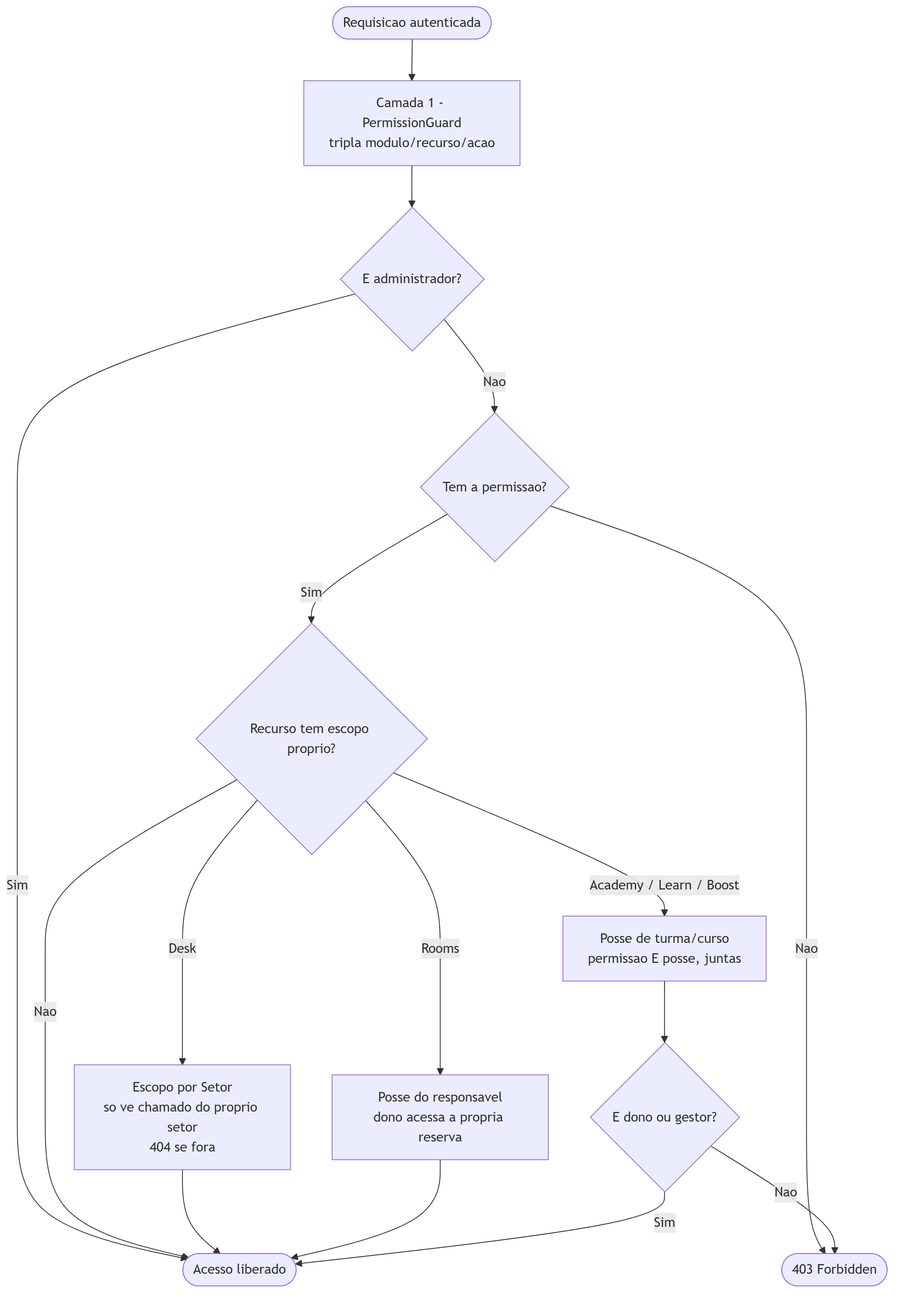
This is docs/diagramas/png/camadas-autorizacao.png from bebberjoao/RoosterOneBackend, a Mermaid export, as it was before one commit. Its source is kept beside it as docs/diagramas/src/camadas-autorizacao.mmd. Its diagram source:
```mermaid
flowchart TD
  REQ([Requisicao autenticada]) --> L1[Camada 1 - PermissionGuard<br/>tripla modulo/recurso/acao]
  L1 --> ADM{E administrador?}
  ADM -->|Sim| OK([Acesso liberado])
  ADM -->|Nao| PERM{Tem a permissao?}
  PERM -->|Nao| NEG([403 Forbidden])
  PERM -->|Sim| L2{Recurso tem escopo proprio?}
  L2 -->|Nao| OK
  L2 -->|Desk| S1[Escopo por Setor<br/>so ve chamado do proprio setor<br/>404 se fora]
  L2 -->|Rooms| S2[Posse do responsavel<br/>dono acessa a propria reserva]
  L2 -->|Academy / Learn / Boost| S3[Posse de turma/curso<br/>permissao E posse, juntas]
  S1 --> OK
  S2 --> OK
  S3 --> D{E dono ou gestor?}
  D -->|Sim| OK
  D -->|Nao| NEG
```
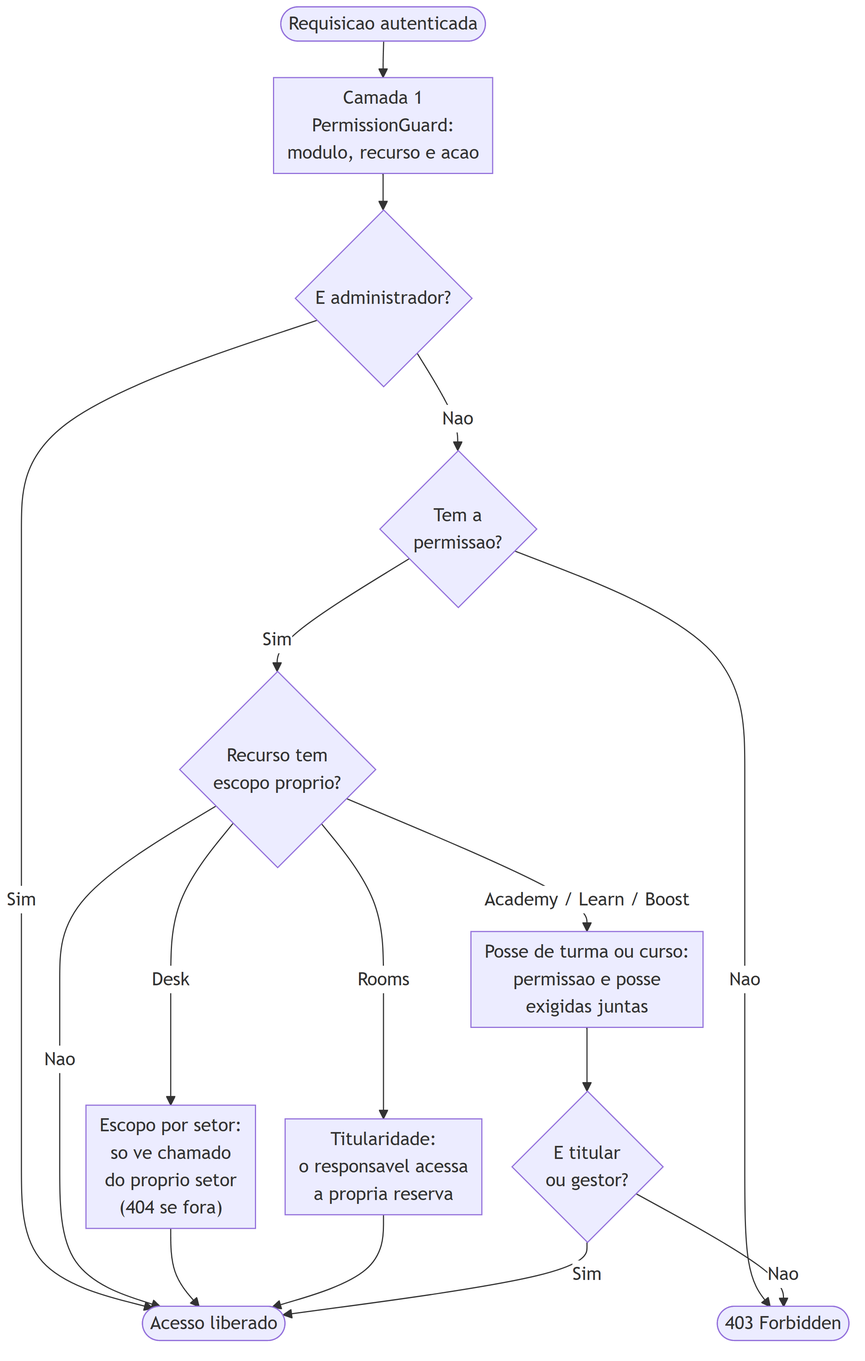
The same file after the commit.

The edit, as a diff of the source:
```diff
@@ -1,16 +1,17 @@
+%%{init: {"flowchart":{"nodeSpacing":26,"rankSpacing":32,"padding":6,"diagramPadding":6}}}%%
 flowchart TD
-  REQ([Requisicao autenticada]) --> L1[Camada 1 - PermissionGuard<br/>tripla modulo/recurso/acao]
-  L1 --> ADM{E administrador?}
+  REQ([Requisicao autenticada]) --> L1["Camada 1<br/>PermissionGuard:<br/>modulo, recurso e acao"]
+  L1 --> ADM{"E administrador?"}
   ADM -->|Sim| OK([Acesso liberado])
-  ADM -->|Nao| PERM{Tem a permissao?}
+  ADM -->|Nao| PERM{"Tem a<br/>permissao?"}
   PERM -->|Nao| NEG([403 Forbidden])
-  PERM -->|Sim| L2{Recurso tem escopo proprio?}
+  PERM -->|Sim| L2{"Recurso tem<br/>escopo proprio?"}
   L2 -->|Nao| OK
-  L2 -->|Desk| S1[Escopo por Setor<br/>so ve chamado do proprio setor<br/>404 se fora]
-  L2 -->|Rooms| S2[Posse do responsavel<br/>dono acessa a propria reserva]
-  L2 -->|Academy / Learn / Boost| S3[Posse de turma/curso<br/>permissao E posse, juntas]
+  L2 -->|Desk| S1["Escopo por setor:<br/>so ve chamado<br/>do proprio setor<br/>(404 se fora)"]
+  L2 -->|Rooms| S2["Titularidade:<br/>o responsavel acessa<br/>a propria reserva"]
+  L2 -->|Academy / Learn / Boost| S3["Posse de turma ou curso:<br/>permissao e posse<br/>exigidas juntas"]
   S1 --> OK
   S2 --> OK
-  S3 --> D{E dono ou gestor?}
+  S3 --> D{"E titular<br/>ou gestor?"}
   D -->|Sim| OK
   D -->|Nao| NEG
```
